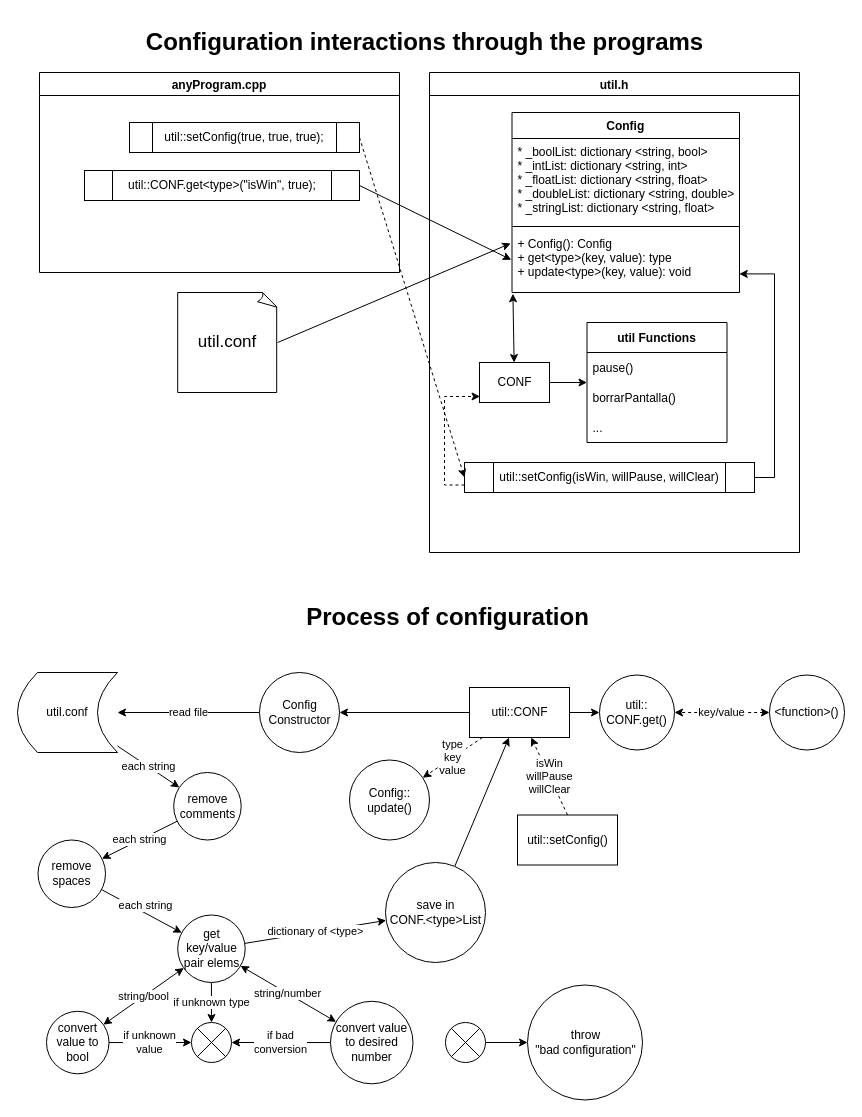
The draw.io diagram page "util-0.4 configuration" (2 of 2) of diagrams.drawio in Grupo-de-Programacion-UNEFA/cpp-util-library, before the edit. Source tidied: cells renumbered, new cells numbered last; positions are measured from the earlier drawing's top-left corner, leaving out a move shared by most shapes. Both pictures are drawn from the tidied source at 100%, with x=0, y=0 at pixel (17, 17).
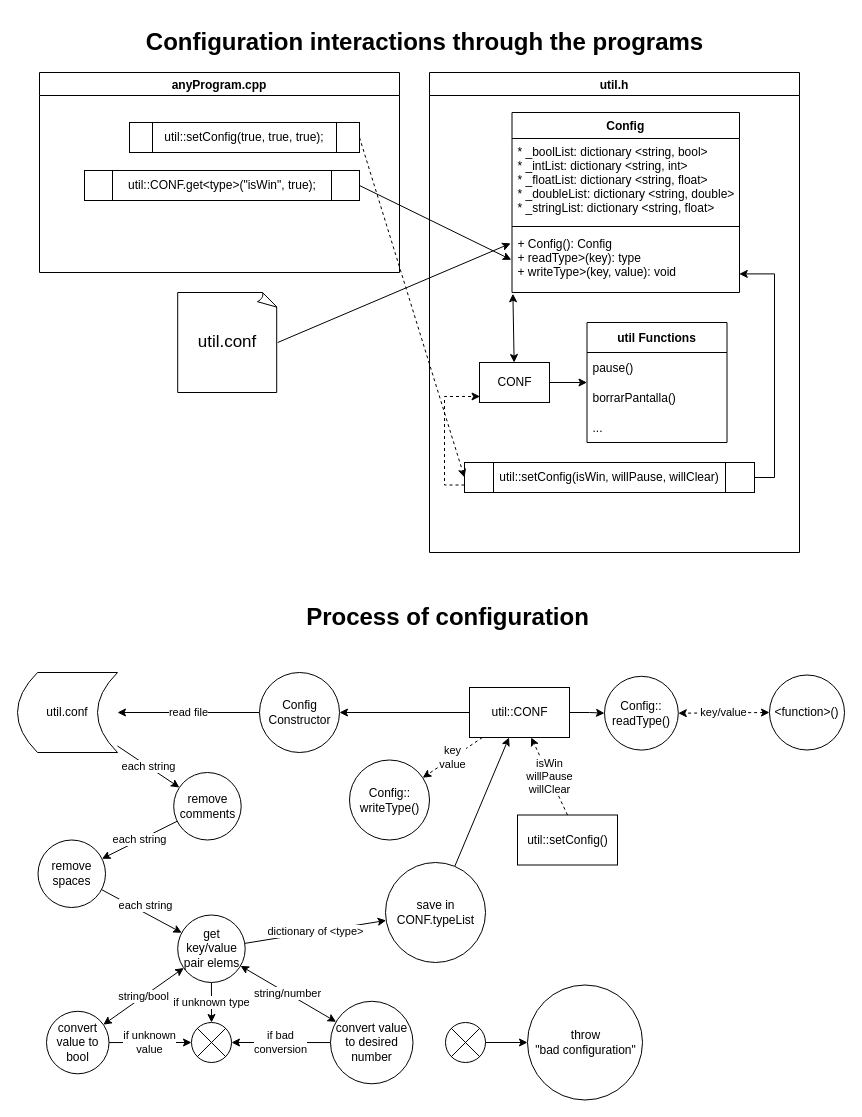
The same diagram, later.

Unchanged cells that the change refers to:
```xml
<mxCell id="9" value="Config" style="swimlane;fontStyle=1;align=center;verticalAlign=top;horizontal=1;startSize=26;" parent="5" vertex="1">
  <mxGeometry x="82.5" y="40" width="227.5" height="180" as="geometry" />
</mxCell>
<mxCell id="27" value="util::CONF" style="html=1;dashed=0;whitespace=wrap;" parent="1" vertex="1">
  <mxGeometry x="452" y="670" width="100" height="50" as="geometry" />
</mxCell>
```

The edit, as a diff of the source:
```diff
@@
-    <mxCell id="12" value="+ Config(): Config&#10;+ get&lt;type&gt;(key, value): type&#10;+ update&lt;type&gt;(key, value): void" style="text;strokeColor=none;fillColor=none;align=left;verticalAlign=top;spacingLeft=4;spacingRight=4;overflow=hidden;points=[[0,0.5],[1,0.5]];portConstraint=eastwest;" parent="9" vertex="1">
+    <mxCell id="12" value="+ Config(): Config&#10;+ readType&gt;(key): type&#10;+ writeType&gt;(key, value): void" style="text;strokeColor=none;fillColor=none;align=left;verticalAlign=top;spacingLeft=4;spacingRight=4;overflow=hidden;points=[[0,0.5],[1,0.5]];portConstraint=eastwest;" parent="9" vertex="1">
       <mxGeometry y="118" width="227.5" height="62" as="geometry" />
     </mxCell>
@@
-    <mxCell id="25" value="type&lt;br&gt;key&lt;br&gt;value" style="edgeStyle=none;rounded=0;jettySize=auto;html=1;dashed=1;" parent="1" edge="1" source="27" target="34">
+    <mxCell id="25" value="key&lt;br&gt;value" style="edgeStyle=none;rounded=0;jettySize=auto;html=1;dashed=1;" parent="1" edge="1" source="27" target="34">
       <mxGeometry relative="1" as="geometry" />
     </mxCell>
@@
-    <mxCell id="34" value="Config::&lt;br&gt;update()" style="shape=ellipse;html=1;dashed=0;whitespace=wrap;perimeter=ellipsePerimeter;" parent="1" vertex="1">
+    <mxCell id="34" value="Config::&lt;br&gt;writeType()" style="shape=ellipse;html=1;dashed=0;whitespace=wrap;perimeter=ellipsePerimeter;" parent="1" vertex="1">
       <mxGeometry x="332" y="742.5" width="80" height="80" as="geometry" />
     </mxCell>
@@
-    <mxCell id="52" value="save in&lt;br&gt;CONF.&amp;lt;type&amp;gt;List" style="shape=ellipse;html=1;dashed=0;whitespace=wrap;perimeter=ellipsePerimeter;" parent="1" vertex="1">
+    <mxCell id="52" value="save in&lt;br&gt;CONF.typeList" style="shape=ellipse;html=1;dashed=0;whitespace=wrap;perimeter=ellipsePerimeter;" parent="1" vertex="1">
       <mxGeometry x="368" y="845" width="100" height="100" as="geometry" />
     </mxCell>
@@
-    <mxCell id="55" value="util::&lt;br&gt;CONF.get()" style="ellipse;whiteSpace=wrap;html=1;" parent="1" vertex="1">
-      <mxGeometry x="582" y="657.5" width="75" height="75" as="geometry" />
+    <mxCell id="55" value="Config::&lt;br&gt;readType()" style="ellipse;whiteSpace=wrap;html=1;" parent="1" vertex="1">
+      <mxGeometry x="587" y="658.8" width="73.8" height="73.8" as="geometry" />
     </mxCell>
```
